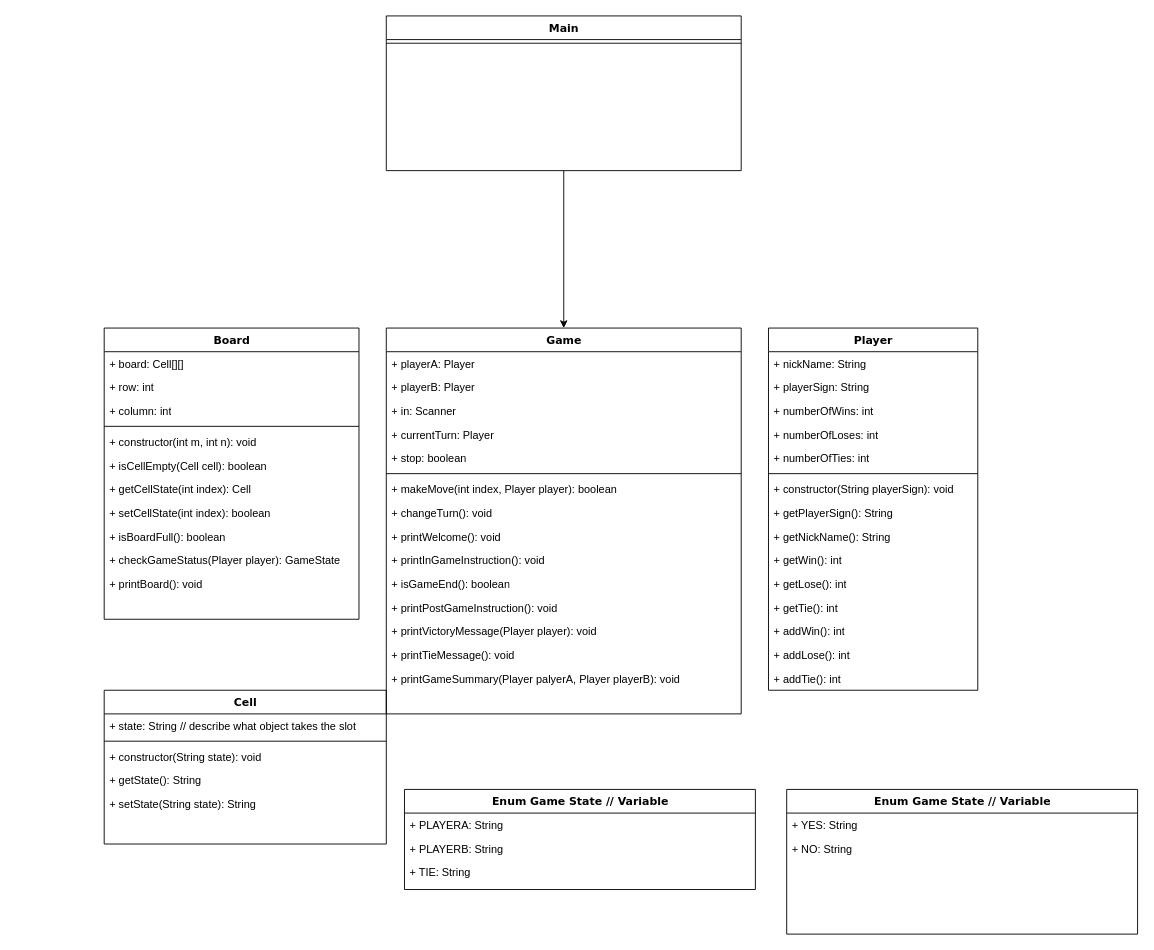
The draw.io diagram TicTacToe-Design.drawio in uohziyoam/Generic-Board-Game-Design, before the edit. Source tidied: cells renumbered, new cells numbered last; positions are measured from the earlier drawing's top-left corner, leaving out a move shared by most shapes. Both pictures are drawn from the tidied source at 91%, with x=0, y=0 at pixel (104, 15).
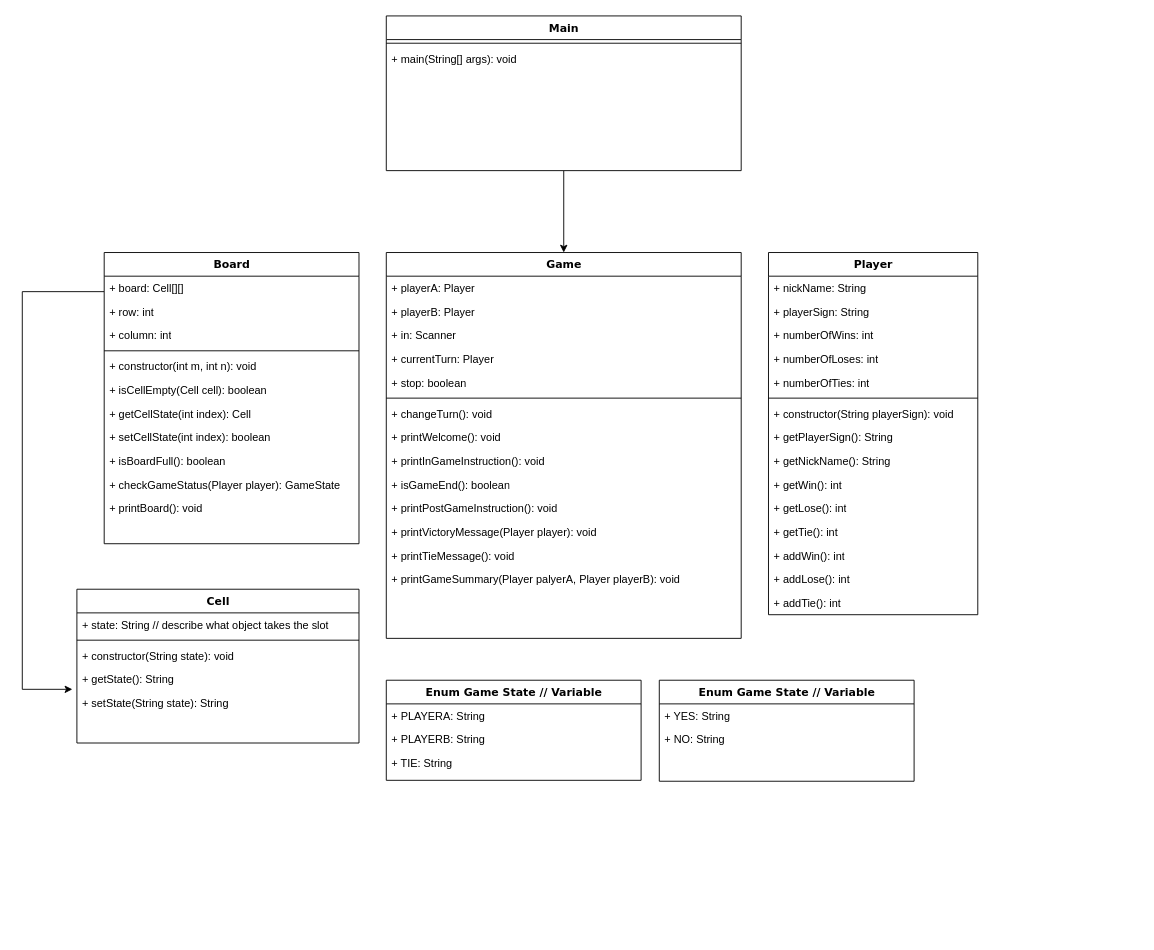
The same diagram, later.

The change refers to these unchanged cells:
```xml
<mxCell id="3" value="+ board: Cell[][]" style="text;html=1;strokeColor=none;fillColor=none;align=left;verticalAlign=top;spacingLeft=4;spacingRight=4;whiteSpace=wrap;overflow=hidden;points=[[0,0.5],[1,0.5]];portConstraint=eastwest;" parent="2" vertex="1">
  <mxGeometry y="26" width="280" height="26" as="geometry" />
</mxCell>
<mxCell id="34" value="+ getState(): String" style="text;html=1;strokeColor=none;fillColor=none;align=left;verticalAlign=top;spacingLeft=4;spacingRight=4;whiteSpace=wrap;overflow=hidden;points=[[0,0.5],[1,0.5]];portConstraint=eastwest;" parent="30" vertex="1">
  <mxGeometry y="86" width="310" height="26" as="geometry" />
</mxCell>
<mxCell id="57" value="Main" style="swimlane;html=1;fontStyle=1;align=center;verticalAlign=top;horizontal=1;startSize=26;swimlaneFillColor=#ffffff;rounded=0;shadow=0;comic=0;labelBackgroundColor=none;strokeWidth=1;fillColor=none;fontFamily=Verdana;fontSize=12;" parent="1" vertex="1">
  <mxGeometry x="310" width="390" height="170" as="geometry" />
</mxCell>
```

Diff of the diagram source:
```diff
@@
+    <mxCell id="62" style="edgeStyle=orthogonalEdgeStyle;rounded=0;jettySize=auto;html=1;startSize=30;entryX=-0.016;entryY=0.923;entryDx=0;entryDy=0;entryPerimeter=0;exitX=0;exitY=0.654;exitDx=0;exitDy=0;exitPerimeter=0;" parent="1" edge="1" source="3" target="34">
+      <mxGeometry relative="1" as="geometry">
+        <Array as="points">
+          <mxPoint x="-90" y="303" />
+          <mxPoint x="-90" y="740" />
+        </Array>
+      </mxGeometry>
+    </mxCell>
     <mxCell id="2" value="Board" style="swimlane;html=1;fontStyle=1;align=center;verticalAlign=top;horizontal=1;startSize=26;swimlaneFillColor=#ffffff;rounded=0;shadow=0;comic=0;labelBackgroundColor=none;strokeWidth=1;fillColor=none;fontFamily=Verdana;fontSize=12;" parent="1" vertex="1">
-      <mxGeometry y="343" width="280" height="320" as="geometry" />
+      <mxGeometry y="260" width="280" height="320" as="geometry" />
     </mxCell>
@@
     <mxCell id="14" value="Game" style="swimlane;html=1;fontStyle=1;align=center;verticalAlign=top;horizontal=1;startSize=26;swimlaneFillColor=#ffffff;rounded=0;shadow=0;comic=0;labelBackgroundColor=none;strokeWidth=1;fillColor=none;fontFamily=Verdana;fontSize=12;" parent="1" vertex="1">
-      <mxGeometry x="310" y="343" width="390" height="424" as="geometry" />
+      <mxGeometry x="310" y="260" width="390" height="424" as="geometry" />
     </mxCell>
@@
-    <mxCell id="21" value="+ makeMove(int index, Player player): boolean" style="text;html=1;strokeColor=none;fillColor=none;align=left;verticalAlign=top;spacingLeft=4;spacingRight=4;whiteSpace=wrap;overflow=hidden;" parent="14" vertex="1">
-      <mxGeometry y="164" width="390" height="26" as="geometry" />
-    </mxCell>
     <mxCell id="22" value="+ changeTurn(): void" style="text;html=1;strokeColor=none;fillColor=none;align=left;verticalAlign=top;spacingLeft=4;spacingRight=4;whiteSpace=wrap;overflow=hidden;" parent="14" vertex="1">
-      <mxGeometry y="190" width="390" height="26" as="geometry" />
+      <mxGeometry y="164" width="390" height="26" as="geometry" />
     </mxCell>
     <mxCell id="23" value="+ printWelcome(): void" style="text;html=1;strokeColor=none;fillColor=none;align=left;verticalAlign=top;spacingLeft=4;spacingRight=4;whiteSpace=wrap;overflow=hidden;" parent="14" vertex="1">
-      <mxGeometry y="216" width="390" height="26" as="geometry" />
+      <mxGeometry y="190" width="390" height="26" as="geometry" />
     </mxCell>
     <mxCell id="24" value="+ printInGameInstruction(): void" style="text;html=1;strokeColor=none;fillColor=none;align=left;verticalAlign=top;spacingLeft=4;spacingRight=4;whiteSpace=wrap;overflow=hidden;" parent="14" vertex="1">
-      <mxGeometry y="242" width="390" height="26" as="geometry" />
+      <mxGeometry y="216" width="390" height="26" as="geometry" />
     </mxCell>
     <mxCell id="25" value="+ isGameEnd(): boolean" style="text;html=1;strokeColor=none;fillColor=none;align=left;verticalAlign=top;spacingLeft=4;spacingRight=4;whiteSpace=wrap;overflow=hidden;" parent="14" vertex="1">
-      <mxGeometry y="268" width="390" height="26" as="geometry" />
+      <mxGeometry y="242" width="390" height="26" as="geometry" />
     </mxCell>
     <mxCell id="26" value="+ printPostGameInstruction(): void" style="text;html=1;strokeColor=none;fillColor=none;align=left;verticalAlign=top;spacingLeft=4;spacingRight=4;whiteSpace=wrap;overflow=hidden;" parent="14" vertex="1">
-      <mxGeometry y="294" width="390" height="26" as="geometry" />
+      <mxGeometry y="268" width="390" height="26" as="geometry" />
     </mxCell>
     <mxCell id="27" value="+ printVictoryMessage(Player player): void" style="text;html=1;strokeColor=none;fillColor=none;align=left;verticalAlign=top;spacingLeft=4;spacingRight=4;whiteSpace=wrap;overflow=hidden;" parent="14" vertex="1">
-      <mxGeometry y="320" width="390" height="26" as="geometry" />
+      <mxGeometry y="294" width="390" height="26" as="geometry" />
     </mxCell>
     <mxCell id="28" value="+ printTieMessage(): void" style="text;html=1;strokeColor=none;fillColor=none;align=left;verticalAlign=top;spacingLeft=4;spacingRight=4;whiteSpace=wrap;overflow=hidden;" parent="14" vertex="1">
-      <mxGeometry y="346" width="390" height="26" as="geometry" />
+      <mxGeometry y="320" width="390" height="26" as="geometry" />
     </mxCell>
     <mxCell id="29" value="+ printGameSummary(Player palyerA, Player playerB): void" style="text;html=1;strokeColor=none;fillColor=none;align=left;verticalAlign=top;spacingLeft=4;spacingRight=4;whiteSpace=wrap;overflow=hidden;" parent="14" vertex="1">
-      <mxGeometry y="372" width="390" height="26" as="geometry" />
+      <mxGeometry y="346" width="390" height="26" as="geometry" />
     </mxCell>
     <mxCell id="30" value="Cell" style="swimlane;html=1;fontStyle=1;align=center;verticalAlign=top;horizontal=1;startSize=26;swimlaneFillColor=#ffffff;rounded=0;shadow=0;comic=0;labelBackgroundColor=none;strokeWidth=1;fillColor=none;fontFamily=Verdana;fontSize=12;" parent="1" vertex="1">
-      <mxGeometry y="741" width="310" height="169" as="geometry" />
+      <mxGeometry x="-30" y="630" width="310" height="169" as="geometry" />
     </mxCell>
@@
     <mxCell id="36" value="Player" style="swimlane;html=1;fontStyle=1;align=center;verticalAlign=top;horizontal=1;startSize=26;swimlaneFillColor=#ffffff;rounded=0;shadow=0;comic=0;labelBackgroundColor=none;strokeWidth=1;fillColor=none;fontFamily=Verdana;fontSize=12;swimlaneLine=1;" parent="1" vertex="1">
-      <mxGeometry x="730" y="343" width="230" height="398" as="geometry" />
+      <mxGeometry x="730" y="260" width="230" height="398" as="geometry" />
     </mxCell>
@@
     <mxCell id="52" value="Enum Game State // Variable" style="swimlane;html=1;fontStyle=1;align=center;verticalAlign=top;horizontal=1;startSize=26;swimlaneFillColor=#ffffff;rounded=0;shadow=0;comic=0;labelBackgroundColor=none;strokeWidth=1;fillColor=none;fontFamily=Verdana;fontSize=12;" parent="1" vertex="1">
-      <mxGeometry x="330" y="850" width="385.6" height="110" as="geometry" />
+      <mxGeometry x="310" y="730" width="280" height="110" as="geometry" />
     </mxCell>
     <mxCell id="53" value="+ PLAYERA: String" style="text;html=1;strokeColor=none;fillColor=none;align=left;verticalAlign=top;spacingLeft=4;spacingRight=4;whiteSpace=wrap;overflow=hidden;" parent="52" vertex="1">
-      <mxGeometry y="26" width="385.6" height="26" as="geometry" />
+      <mxGeometry y="26" width="280" height="26" as="geometry" />
     </mxCell>
     <mxCell id="54" value="+ PLAYERB: String" style="text;html=1;strokeColor=none;fillColor=none;align=left;verticalAlign=top;spacingLeft=4;spacingRight=4;whiteSpace=wrap;overflow=hidden;" parent="52" vertex="1">
-      <mxGeometry y="52" width="385.6" height="26" as="geometry" />
+      <mxGeometry y="52" width="280" height="26" as="geometry" />
     </mxCell>
     <mxCell id="55" value="+ TIE: String" style="text;html=1;strokeColor=none;fillColor=none;align=left;verticalAlign=top;spacingLeft=4;spacingRight=4;whiteSpace=wrap;overflow=hidden;" parent="52" vertex="1">
-      <mxGeometry y="78" width="385.6" height="26" as="geometry" />
+      <mxGeometry y="78" width="280" height="26" as="geometry" />
     </mxCell>
@@
+    <mxCell id="21" value="+ main(String[] args): void" style="text;html=1;strokeColor=none;fillColor=none;align=left;verticalAlign=top;spacingLeft=4;spacingRight=4;whiteSpace=wrap;overflow=hidden;" parent="57" vertex="1">
+      <mxGeometry y="34" width="390" height="26" as="geometry" />
+    </mxCell>
     <mxCell id="59" value="Enum Game State // Variable" style="swimlane;html=1;fontStyle=1;align=center;verticalAlign=top;horizontal=1;startSize=26;swimlaneFillColor=#ffffff;rounded=0;shadow=0;comic=0;labelBackgroundColor=none;strokeWidth=1;fillColor=none;fontFamily=Verdana;fontSize=12;" parent="1" vertex="1">
-      <mxGeometry x="750" y="850" width="385.6" height="159" as="geometry" />
+      <mxGeometry x="610" y="730" width="280" height="111" as="geometry" />
     </mxCell>
     <mxCell id="60" value="+ YES: String" style="text;html=1;strokeColor=none;fillColor=none;align=left;verticalAlign=top;spacingLeft=4;spacingRight=4;whiteSpace=wrap;overflow=hidden;" parent="59" vertex="1">
-      <mxGeometry y="26" width="385.6" height="26" as="geometry" />
+      <mxGeometry y="26" width="280" height="26" as="geometry" />
     </mxCell>
     <mxCell id="61" value="+ NO: String" style="text;html=1;strokeColor=none;fillColor=none;align=left;verticalAlign=top;spacingLeft=4;spacingRight=4;whiteSpace=wrap;overflow=hidden;" parent="59" vertex="1">
-      <mxGeometry y="52" width="385.6" height="26" as="geometry" />
+      <mxGeometry y="52" width="280" height="26" as="geometry" />
     </mxCell>
```
